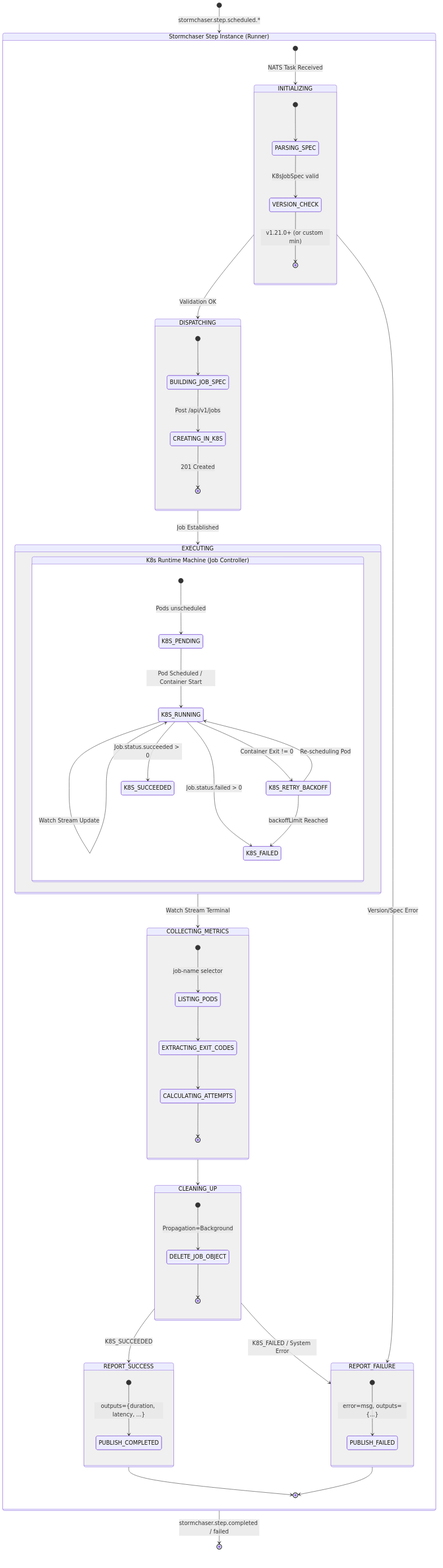
This is crates/stormchaser-runner-k8s/states.png from paninfracon/stormchaser, a Mermaid export, as it was before one commit. Its source is kept beside it as crates/stormchaser-runner-k8s/states.mmd.
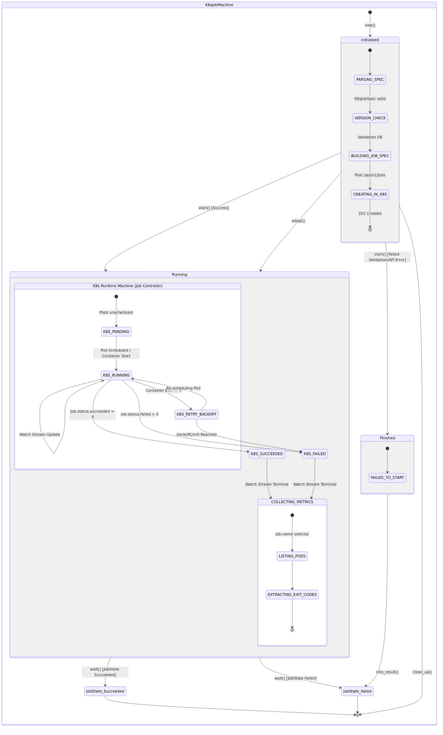
After the change.

Commit message:
Docs/update state machines (#46)

What changed in the source:
```diff
@@ -1,28 +1,24 @@
 stateDiagram-v2
     direction TB
 
-    state "Stormchaser Step Instance (Runner)" as SC_MACHINE {
-        [*] --> INITIALIZING : NATS Task Received
+    state "K8sJobMachine" as SC_MACHINE {
+        [*] --> Initialized : new()
 
-        state INITIALIZING {
+        state Initialized {
             [*] --> PARSING_SPEC
             PARSING_SPEC --> VERSION_CHECK : K8sJobSpec valid
-            VERSION_CHECK --> [*] : v1.21.0+ (or custom min)
-        }
-
-        INITIALIZING --> DISPATCHING : Validation OK
-        INITIALIZING --> REPORT_FAILURE : Version/Spec Error
-
-        state DISPATCHING {
-            [*] --> BUILDING_JOB_SPEC
+            VERSION_CHECK --> BUILDING_JOB_SPEC : Validation OK
             BUILDING_JOB_SPEC --> CREATING_IN_K8S : Post /api/v1/jobs
             CREATING_IN_K8S --> [*] : 201 Created
         }
 
-        DISPATCHING --> EXECUTING : Job Established
+        Initialized --> Running : start() [Success]
+        Initialized --> Finished : start() [Failed Validation/API Error]
+        Initialized --> Running : adopt()
+        Initialized --> [*] : clean_up()
 
-        state EXECUTING {
-            direction LR
+        state Running {
+            direction TB
             state "K8s Runtime Machine (Job Controller)" as K8S_RUNTIME {
                 [*] --> K8S_PENDING : Pods unscheduled
                 K8S_PENDING --> K8S_RUNNING : Pod Scheduled / Container Start
@@ -35,38 +31,26 @@
                 K8S_RUNNING --> K8S_FAILED : Job.status.failed > 0
                 K8S_RETRY_BACKOFF --> K8S_FAILED : backoffLimit Reached
             }
+
+            state COLLECTING_METRICS {
+                [*] --> LISTING_PODS : job-name selector
+                LISTING_PODS --> EXTRACTING_EXIT_CODES
+                EXTRACTING_EXIT_CODES --> [*]
+            }
+
+            K8S_SUCCEEDED --> COLLECTING_METRICS : Watch Stream Terminal
+            K8S_FAILED --> COLLECTING_METRICS : Watch Stream Terminal
         }
 
-        EXECUTING --> COLLECTING_METRICS : Watch Stream Terminal
+        Running --> JobState_Succeeded : wait() [JobState Succeeded]
+        Running --> JobState_Failed : wait() [JobState Failed]
 
-        state COLLECTING_METRICS {
-            [*] --> LISTING_PODS : job-name selector
-            LISTING_PODS --> EXTRACTING_EXIT_CODES
-            EXTRACTING_EXIT_CODES --> CALCULATING_ATTEMPTS
-            CALCULATING_ATTEMPTS --> [*]
+        state Finished {
+            [*] --> FAILED_TO_START
         }
 
-        COLLECTING_METRICS --> CLEANING_UP
+        Finished --> JobState_Failed : into_result()
 
-        state CLEANING_UP {
-            [*] --> DELETE_JOB_OBJECT : Propagation=Background
-            DELETE_JOB_OBJECT --> [*]
-        }
-
-        CLEANING_UP --> REPORT_SUCCESS : K8S_SUCCEEDED
-        CLEANING_UP --> REPORT_FAILURE : K8S_FAILED / System Error
-
-        state REPORT_SUCCESS {
-            [*] --> PUBLISH_COMPLETED : outputs={duration, latency, ...}
-        }
-
-        state REPORT_FAILURE {
-            [*] --> PUBLISH_FAILED : error=msg, outputs={...}
-        }
-
-        REPORT_SUCCESS --> [*]
-        REPORT_FAILURE --> [*]
+        JobState_Succeeded --> [*]
+        JobState_Failed --> [*]
     }
-
-    [*] --> SC_MACHINE : stormchaser.step.scheduled.*
-    SC_MACHINE --> [*] : stormchaser.step.completed / failed
```
